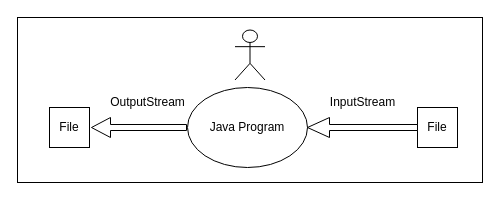
The draw.io diagram Netty/javaNetty.drawio in JongEEE/myDraws, before the edit. Source tidied: cells renumbered, new cells numbered last; positions are measured from the earlier drawing's top-left corner, leaving out a move shared by most shapes. Both pictures are drawn from the tidied source at 100%, with x=0, y=0 at pixel (17, 17).
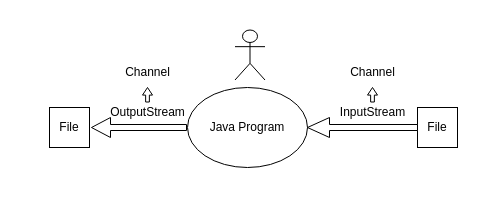
The same diagram, later.

Change to the diagram source:
```diff
@@
 <mxGraphModel>
   <root>
     <mxCell id="0" />
     <mxCell id="1" parent="0" />
-    <mxCell id="2" style="rounded=0;whiteSpace=wrap;html=1;" parent="1" vertex="1">
-      <mxGeometry width="465" height="165" as="geometry" />
-    </mxCell>
     <mxCell id="3" value="Java Program" style="ellipse;whiteSpace=wrap;html=1;" parent="1" vertex="1">
       <mxGeometry x="170" y="70" width="120" height="80" as="geometry" />
     </mxCell>
     <mxCell id="4" value="File" style="whiteSpace=wrap;html=1;" parent="1" vertex="1">
       <mxGeometry x="400" y="90" width="40" height="40" as="geometry" />
     </mxCell>
     <mxCell id="5" style="shape=singleArrow;direction=west;whiteSpace=wrap;html=1;" parent="1" vertex="1">
       <mxGeometry x="290" y="100" width="110" height="20" as="geometry" />
     </mxCell>
     <mxCell id="6" value="InputStream" style="text;html=1;align=center;verticalAlign=middle;strokeColor=none;fillColor=none;" parent="1" vertex="1">
-      <mxGeometry x="300" y="70" width="90" height="30" as="geometry" />
+      <mxGeometry x="310" y="80" width="90" height="30" as="geometry" />
     </mxCell>
     <mxCell id="7" value="File" style="whiteSpace=wrap;html=1;" parent="1" vertex="1">
       <mxGeometry x="32" y="90" width="40" height="40" as="geometry" />
     </mxCell>
     <mxCell id="8" value="OutputStream" style="text;html=1;align=center;verticalAlign=middle;strokeColor=none;fillColor=none;" parent="1" vertex="1">
-      <mxGeometry x="80" y="70" width="100" height="30" as="geometry" />
+      <mxGeometry x="80" y="80" width="100" height="30" as="geometry" />
     </mxCell>
     <mxCell id="9" style="shape=singleArrow;direction=north;whiteSpace=wrap;html=1;rotation=-90;" parent="1" vertex="1">
       <mxGeometry x="111.5" y="62.5" width="20" height="95" as="geometry" />
     </mxCell>
     <mxCell id="10" style="shape=umlActor;verticalLabelPosition=bottom;verticalAlign=top;html=1;" parent="1" vertex="1">
       <mxGeometry x="217.5" y="12.5" width="30" height="50" as="geometry" />
     </mxCell>
+    <mxCell id="11" style="shape=singleArrow;direction=north;whiteSpace=wrap;html=1;arrowWidth=0.37428850446430034;arrowSize=0.5231524688269693;" parent="1" vertex="1">
+      <mxGeometry x="350" y="70" width="10" height="14.5" as="geometry" />
+    </mxCell>
+    <mxCell id="12" style="shape=singleArrow;direction=north;whiteSpace=wrap;html=1;arrowWidth=0.37428850446430034;arrowSize=0.5231524688269693;" parent="1" vertex="1">
+      <mxGeometry x="125" y="70" width="10" height="14.5" as="geometry" />
+    </mxCell>
+    <mxCell id="13" value="Channel" style="text;html=1;align=center;verticalAlign=middle;strokeColor=none;fillColor=none;" parent="1" vertex="1">
+      <mxGeometry x="95" y="40" width="70" height="30" as="geometry" />
+    </mxCell>
+    <mxCell id="14" value="Channel" style="text;html=1;align=center;verticalAlign=middle;strokeColor=none;fillColor=none;" parent="1" vertex="1">
+      <mxGeometry x="320" y="40" width="70" height="30" as="geometry" />
+    </mxCell>
   </root>
 </mxGraphModel>
```
